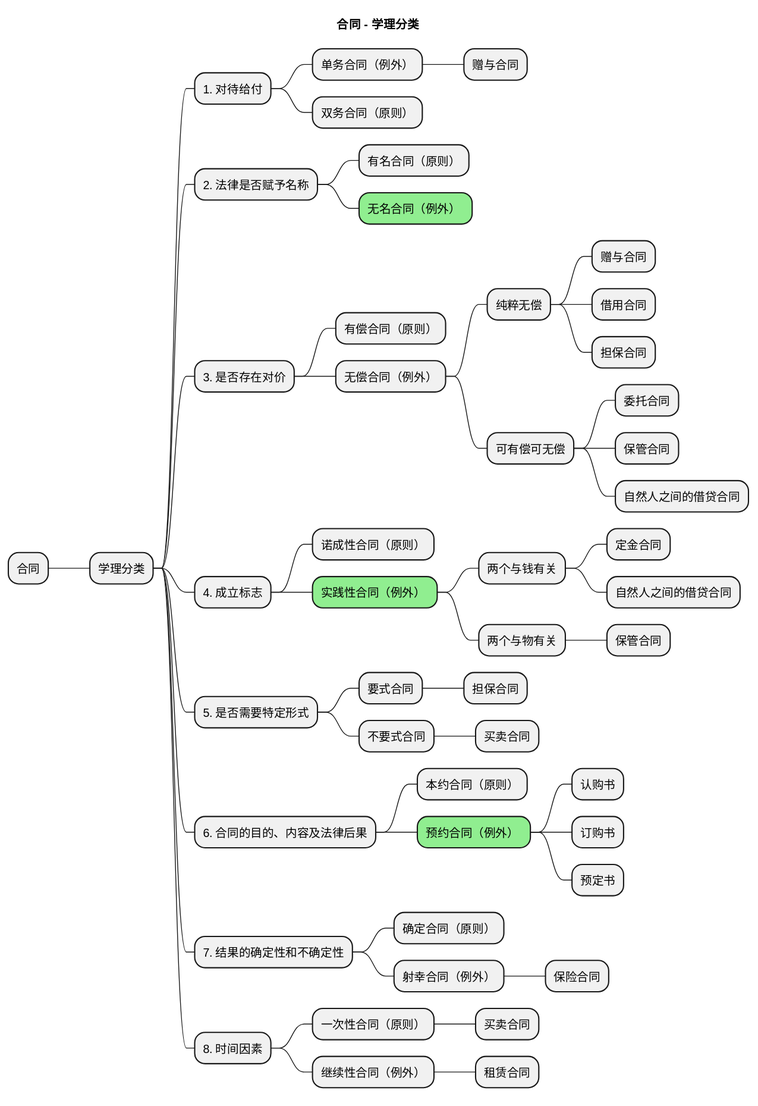
The PlantUML diagram assets/images/law/civil/合同-学理分类.svg in lsieun/lsieun.github.io, before a commit.
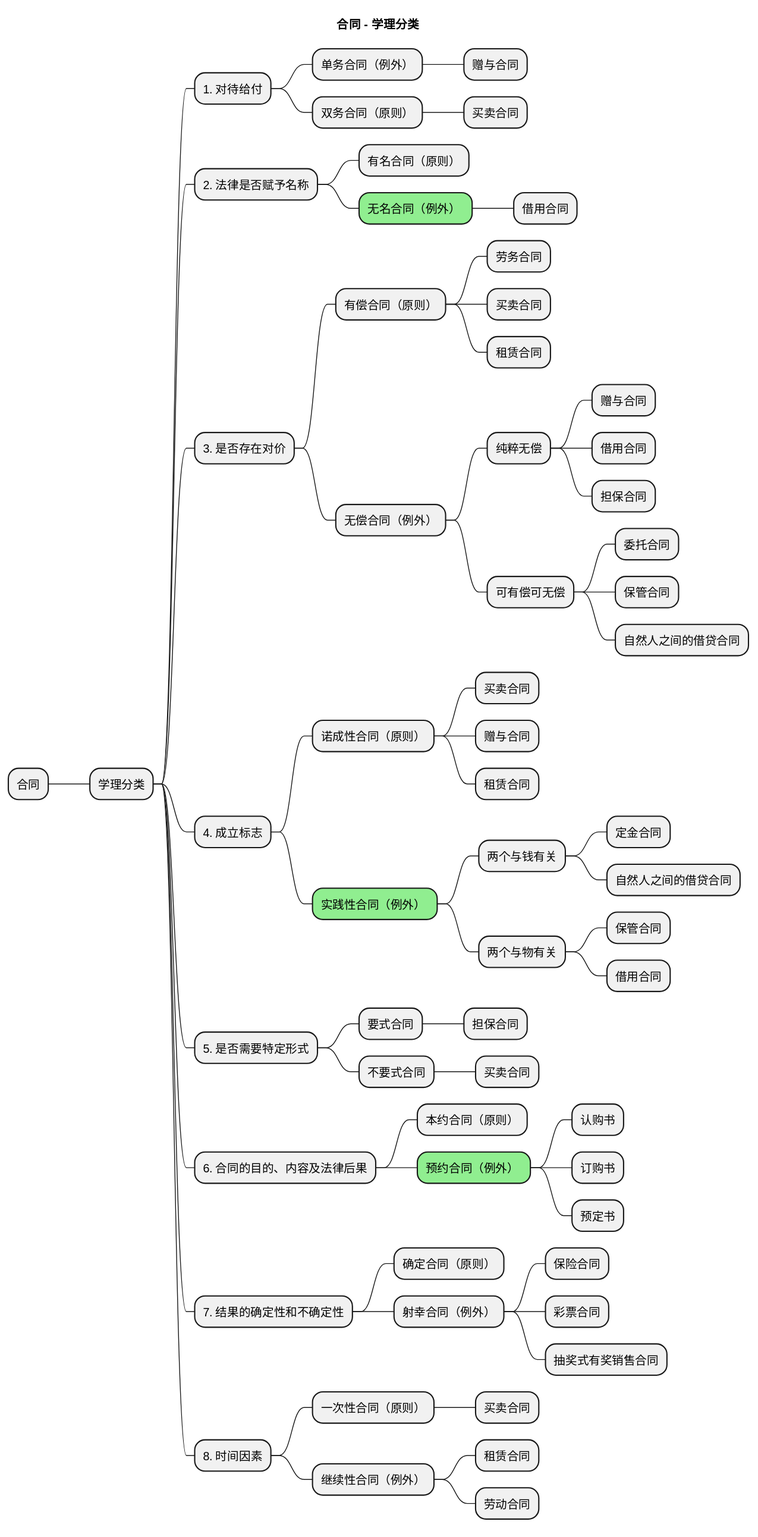
After the commit.

Change to the diagram source:
```diff
@@ -10,11 +10,16 @@
             * 单务合同（例外）
                 * 赠与合同
             * 双务合同（原则）
+                * 买卖合同
         * 2. 法律是否赋予名称
             * 有名合同（原则）
             * 无名合同（例外） <<emphasis>>
+                * 借用合同
         * 3. 是否存在对价
             * 有偿合同（原则）
+                * 劳务合同
+                * 买卖合同
+                * 租赁合同
             * 无偿合同（例外）
                 * 纯粹无偿
                     * 赠与合同
@@ -26,12 +31,16 @@
                     * 自然人之间的借贷合同
         * 4. 成立标志
             * 诺成性合同（原则）
+                * 买卖合同
+                * 赠与合同
+                * 租赁合同
             * 实践性合同（例外） <<emphasis>>
                 * 两个与钱有关
                     * 定金合同
                     * 自然人之间的借贷合同
                 * 两个与物有关
                     * 保管合同
+                    * 借用合同
         * 5. 是否需要特定形式
             * 要式合同
                 * 担保合同
@@ -47,11 +56,14 @@
             * 确定合同（原则）
             * 射幸合同（例外）
                 * 保险合同
+                * 彩票合同
+                * 抽奖式有奖销售合同
         * 8. 时间因素
             * 一次性合同（原则）
                 * 买卖合同
             * 继续性合同（例外）
                 * 租赁合同
+                * 劳动合同
 
 
 @endmindmap
```
